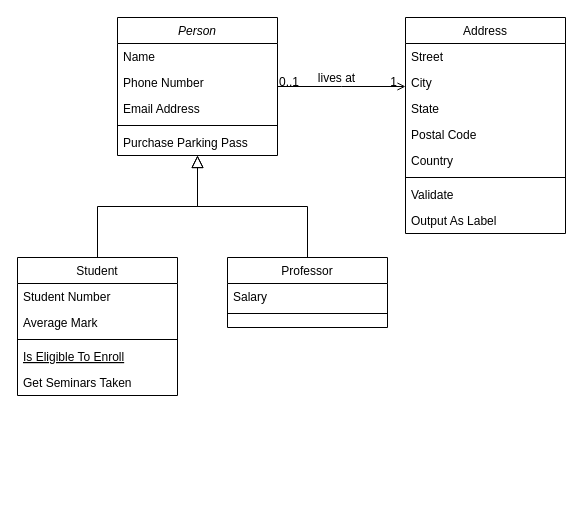
Dev-Wildan/ClassDiagramPerpusDigital keeps this draw.io diagram as Class-Diagram-Perpus-Digital.drawio. Above is the earlier version. Source tidied: cells renumbered, new cells numbered last; positions are measured from the earlier drawing's top-left corner, leaving out a move shared by most shapes. Both pictures are drawn from the tidied source at 100%, with x=0, y=0 at pixel (17, 17).
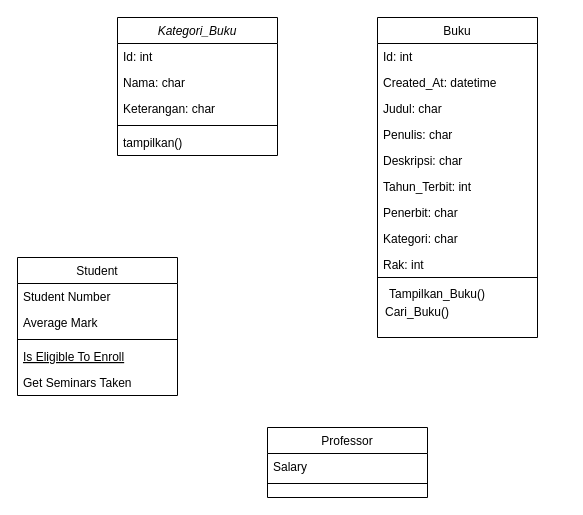
After the change.

Unchanged cells that the change refers to:
```xml
<mxCell id="8" value="Student" style="swimlane;fontStyle=0;align=center;verticalAlign=top;horizontal=1;startSize=26;rounded=0;shadow=0;strokeWidth=1;" parent="1" vertex="1">
  <mxGeometry y="240" width="160" height="138" as="geometry" />
</mxCell>
```

The edit, as a diff of the source:
```diff
@@
-    <mxCell id="2" value="Person" style="swimlane;fontStyle=2;align=center;verticalAlign=top;horizontal=1;startSize=26;rounded=0;shadow=0;strokeWidth=1;" parent="1" vertex="1">
+    <mxCell id="2" value="Kategori_Buku" style="swimlane;fontStyle=2;align=center;verticalAlign=top;horizontal=1;startSize=26;rounded=0;shadow=0;strokeWidth=1;" parent="1" vertex="1">
       <mxGeometry x="100" width="160" height="138" as="geometry" />
     </mxCell>
-    <mxCell id="3" value="Name" style="text;align=left;verticalAlign=top;spacingLeft=4;spacingRight=4;overflow=hidden;" parent="2" vertex="1">
+    <mxCell id="3" value="Id: int" style="text;align=left;verticalAlign=top;spacingLeft=4;spacingRight=4;overflow=hidden;" parent="2" vertex="1">
       <mxGeometry y="26" width="160" height="26" as="geometry" />
     </mxCell>
-    <mxCell id="4" value="Phone Number" style="text;align=left;verticalAlign=top;spacingLeft=4;spacingRight=4;overflow=hidden;rounded=0;shadow=0;html=0;" parent="2" vertex="1">
+    <mxCell id="4" value="Nama: char" style="text;align=left;verticalAlign=top;spacingLeft=4;spacingRight=4;overflow=hidden;rounded=0;shadow=0;html=0;" parent="2" vertex="1">
       <mxGeometry y="52" width="160" height="26" as="geometry" />
     </mxCell>
-    <mxCell id="5" value="Email Address" style="text;align=left;verticalAlign=top;spacingLeft=4;spacingRight=4;overflow=hidden;rounded=0;shadow=0;html=0;" parent="2" vertex="1">
+    <mxCell id="5" value="Keterangan: char" style="text;align=left;verticalAlign=top;spacingLeft=4;spacingRight=4;overflow=hidden;rounded=0;shadow=0;html=0;" parent="2" vertex="1">
       <mxGeometry y="78" width="160" height="26" as="geometry" />
     </mxCell>
@@
-    <mxCell id="7" value="Purchase Parking Pass" style="text;align=left;verticalAlign=top;spacingLeft=4;spacingRight=4;overflow=hidden;" parent="2" vertex="1">
+    <mxCell id="7" value="tampilkan()" style="text;align=left;verticalAlign=top;spacingLeft=4;spacingRight=4;overflow=hidden;" parent="2" vertex="1">
       <mxGeometry y="112" width="160" height="26" as="geometry" />
     </mxCell>
@@
-    <mxCell id="14" style="endArrow=block;endSize=10;endFill=0;shadow=0;strokeWidth=1;rounded=0;edgeStyle=elbowEdgeStyle;elbow=vertical;" parent="1" edge="1" source="8" target="2">
-      <mxGeometry relative="1" as="geometry" />
-    </mxCell>
     <mxCell id="15" value="Professor" style="swimlane;fontStyle=0;align=center;verticalAlign=top;horizontal=1;startSize=26;rounded=0;shadow=0;strokeWidth=1;" parent="1" vertex="1">
-      <mxGeometry x="210" y="240" width="160" height="70" as="geometry" />
+      <mxGeometry x="250" y="410" width="160" height="70" as="geometry" />
     </mxCell>
@@
-    <mxCell id="18" style="endArrow=block;endSize=10;endFill=0;shadow=0;strokeWidth=1;rounded=0;edgeStyle=elbowEdgeStyle;elbow=vertical;" parent="1" edge="1" source="15" target="2">
-      <mxGeometry relative="1" as="geometry" />
-    </mxCell>
-    <mxCell id="19" value="Address" style="swimlane;fontStyle=0;align=center;verticalAlign=top;horizontal=1;startSize=26;rounded=0;shadow=0;strokeWidth=1;" parent="1" vertex="1">
-      <mxGeometry x="388" width="160" height="216" as="geometry" />
+    <mxCell id="19" value="Buku" style="swimlane;fontStyle=0;align=center;verticalAlign=top;horizontal=1;startSize=26;rounded=0;shadow=0;strokeWidth=1;" parent="1" vertex="1">
+      <mxGeometry x="360" width="160" height="320" as="geometry" />
     </mxCell>
-    <mxCell id="20" value="Street" style="text;align=left;verticalAlign=top;spacingLeft=4;spacingRight=4;overflow=hidden;" parent="19" vertex="1">
+    <mxCell id="20" value="Id: int" style="text;align=left;verticalAlign=top;spacingLeft=4;spacingRight=4;overflow=hidden;" parent="19" vertex="1">
       <mxGeometry y="26" width="160" height="26" as="geometry" />
     </mxCell>
-    <mxCell id="21" value="City" style="text;align=left;verticalAlign=top;spacingLeft=4;spacingRight=4;overflow=hidden;rounded=0;shadow=0;html=0;" parent="19" vertex="1">
+    <mxCell id="21" value="Created_At: datetime" style="text;align=left;verticalAlign=top;spacingLeft=4;spacingRight=4;overflow=hidden;rounded=0;shadow=0;html=0;" parent="19" vertex="1">
       <mxGeometry y="52" width="160" height="26" as="geometry" />
     </mxCell>
-    <mxCell id="22" value="State" style="text;align=left;verticalAlign=top;spacingLeft=4;spacingRight=4;overflow=hidden;rounded=0;shadow=0;html=0;" parent="19" vertex="1">
+    <mxCell id="22" value="Judul: char" style="text;align=left;verticalAlign=top;spacingLeft=4;spacingRight=4;overflow=hidden;rounded=0;shadow=0;html=0;" parent="19" vertex="1">
       <mxGeometry y="78" width="160" height="26" as="geometry" />
     </mxCell>
-    <mxCell id="23" value="Postal Code" style="text;align=left;verticalAlign=top;spacingLeft=4;spacingRight=4;overflow=hidden;rounded=0;shadow=0;html=0;" parent="19" vertex="1">
+    <mxCell id="23" value="Penulis: char" style="text;align=left;verticalAlign=top;spacingLeft=4;spacingRight=4;overflow=hidden;rounded=0;shadow=0;html=0;" parent="19" vertex="1">
       <mxGeometry y="104" width="160" height="26" as="geometry" />
     </mxCell>
-    <mxCell id="24" value="Country" style="text;align=left;verticalAlign=top;spacingLeft=4;spacingRight=4;overflow=hidden;rounded=0;shadow=0;html=0;" parent="19" vertex="1">
+    <mxCell id="24" value="Deskripsi: char" style="text;align=left;verticalAlign=top;spacingLeft=4;spacingRight=4;overflow=hidden;rounded=0;shadow=0;html=0;" parent="19" vertex="1">
       <mxGeometry y="130" width="160" height="26" as="geometry" />
     </mxCell>
-    <mxCell id="25" style="line;html=1;strokeWidth=1;align=left;verticalAlign=middle;spacingTop=-1;spacingLeft=3;spacingRight=3;labelPosition=right;" parent="19" vertex="1">
-      <mxGeometry y="156" width="160" height="8" as="geometry" />
-    </mxCell>
-    <mxCell id="26" value="Validate" style="text;align=left;verticalAlign=top;spacingLeft=4;spacingRight=4;overflow=hidden;" parent="19" vertex="1">
-      <mxGeometry y="164" width="160" height="26" as="geometry" />
-    </mxCell>
-    <mxCell id="27" value="Output As Label" style="text;align=left;verticalAlign=top;spacingLeft=4;spacingRight=4;overflow=hidden;" parent="19" vertex="1">
-      <mxGeometry y="190" width="160" height="26" as="geometry" />
-    </mxCell>
-    <mxCell id="28" style="endArrow=open;shadow=0;strokeWidth=1;rounded=0;endFill=1;edgeStyle=elbowEdgeStyle;elbow=vertical;" parent="1" edge="1" source="2" target="19">
-      <mxGeometry x="0.5" y="41" relative="1" as="geometry">
-        <mxPoint x="-40" y="32" as="offset" />
-      </mxGeometry>
-    </mxCell>
-    <mxCell id="29" value="0..1" style="align=left;verticalAlign=bottom;labelBackgroundColor=none;fontSize=12;" parent="28" vertex="1">
-      <mxGeometry x="-1" relative="1" as="geometry">
-        <mxPoint y="4" as="offset" />
-      </mxGeometry>
-    </mxCell>
-    <mxCell id="30" value="1" style="align=right;verticalAlign=bottom;labelBackgroundColor=none;fontSize=12;" parent="28" vertex="1">
-      <mxGeometry x="1" relative="1" as="geometry">
-        <mxPoint x="-7" y="4" as="offset" />
-      </mxGeometry>
-    </mxCell>
-    <mxCell id="31" value="lives at" style="text;html=1;align=center;verticalAlign=middle;labelBackgroundColor=none;rounded=0;shadow=0;strokeWidth=1;fontSize=12;" parent="28" vertex="1">
-      <mxGeometry x="0.5" y="49" relative="1" as="geometry">
-        <mxPoint x="-38" y="40" as="offset" />
-      </mxGeometry>
-    </mxCell>
+    <mxCell id="32" value="Tahun_Terbit: int" style="text;align=left;verticalAlign=top;spacingLeft=4;spacingRight=4;overflow=hidden;rounded=0;shadow=0;html=0;" parent="19" vertex="1">
+      <mxGeometry y="156" width="160" height="26" as="geometry" />
+    </mxCell>
+    <mxCell id="33" value="Penerbit: char" style="text;align=left;verticalAlign=top;spacingLeft=4;spacingRight=4;overflow=hidden;rounded=0;shadow=0;html=0;" parent="19" vertex="1">
+      <mxGeometry y="182" width="160" height="26" as="geometry" />
+    </mxCell>
+    <mxCell id="34" value="Kategori: char" style="text;align=left;verticalAlign=top;spacingLeft=4;spacingRight=4;overflow=hidden;rounded=0;shadow=0;html=0;" parent="19" vertex="1">
+      <mxGeometry y="208" width="160" height="26" as="geometry" />
+    </mxCell>
+    <mxCell id="35" value="Rak: int" style="text;align=left;verticalAlign=top;spacingLeft=4;spacingRight=4;overflow=hidden;rounded=0;shadow=0;html=0;" parent="19" vertex="1">
+      <mxGeometry y="234" width="160" height="26" as="geometry" />
+    </mxCell>
+    <mxCell id="36" style="endArrow=none;html=1;rounded=0;" parent="19" edge="1">
+      <mxGeometry relative="1" as="geometry">
+        <mxPoint y="260" as="sourcePoint" />
+        <mxPoint x="160" y="260" as="targetPoint" />
+      </mxGeometry>
+    </mxCell>
+    <mxCell id="37" value="Tampilkan_Buku()" style="text;html=1;strokeColor=none;fillColor=none;align=center;verticalAlign=middle;whiteSpace=wrap;rounded=0;" parent="1" vertex="1">
+      <mxGeometry x="360" y="262" width="120" height="30" as="geometry" />
+    </mxCell>
+    <mxCell id="38" value="Cari_Buku()" style="text;html=1;strokeColor=none;fillColor=none;align=center;verticalAlign=middle;whiteSpace=wrap;rounded=0;" parent="1" vertex="1">
+      <mxGeometry x="370" y="280" width="60" height="30" as="geometry" />
+    </mxCell>
```
